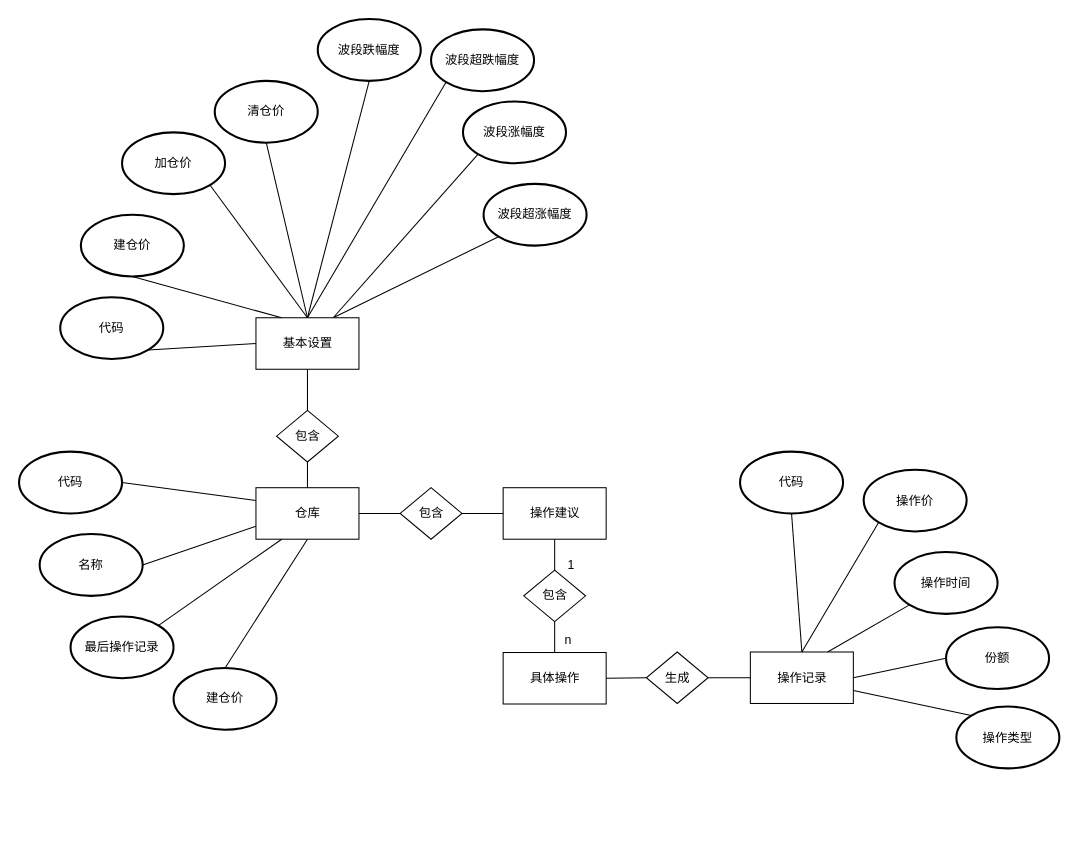
This is E-R图.drawio from ZengSir/drawio, a draw.io file, before an edit. Source tidied: cells renumbered, new cells numbered last; positions are measured from the earlier drawing's top-left corner, leaving out a move shared by most shapes. Both pictures are drawn from the tidied source at 103%, with x=0, y=0 at pixel (19, 19).
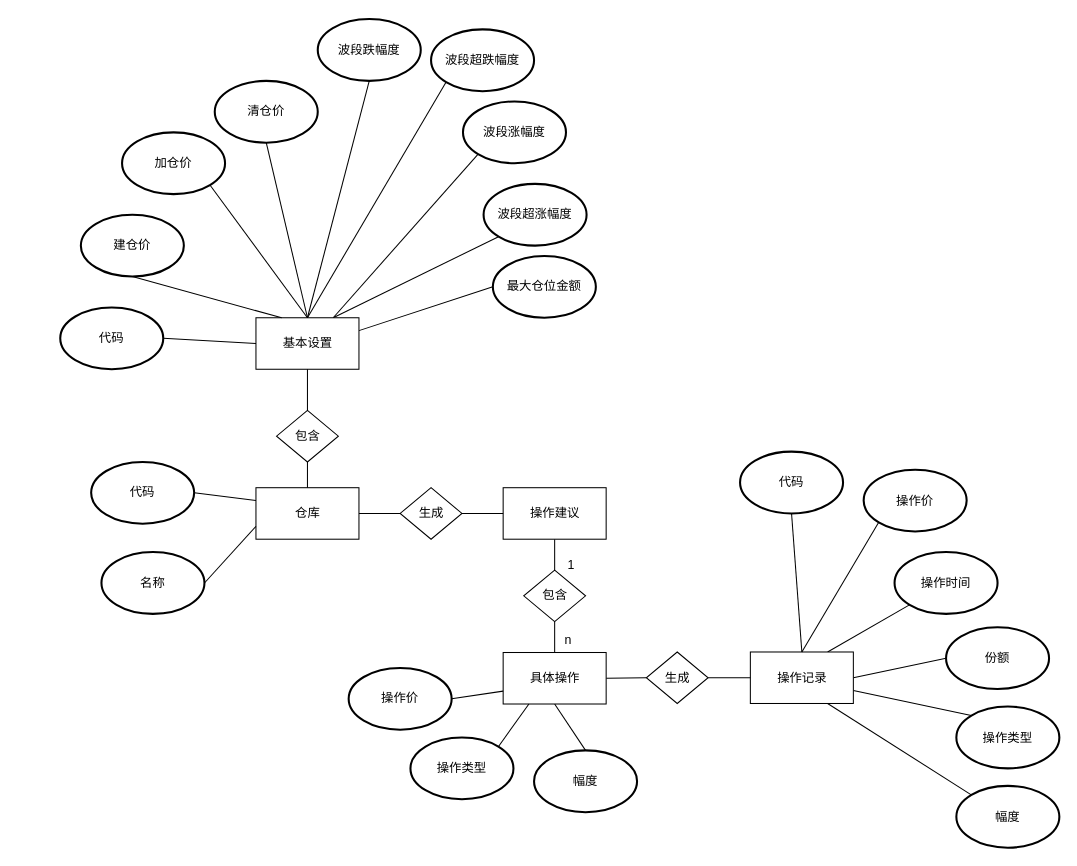
Above is the later version.

The change refers to these unchanged cells:
```xml
<mxCell id="3" value="仓库" style="html=1;dashed=0;whitespace=wrap;" parent="1" vertex="1">
  <mxGeometry x="230" y="455" width="100" height="50" as="geometry" />
</mxCell>
<mxCell id="7" value="操作记录" style="html=1;dashed=0;whitespace=wrap;" parent="1" vertex="1">
  <mxGeometry x="710" y="614.5" width="100" height="50" as="geometry" />
</mxCell>
<mxCell id="30" value="具体操作" style="html=1;dashed=0;whitespace=wrap;" parent="1" vertex="1">
  <mxGeometry x="470" y="615" width="100" height="50" as="geometry" />
</mxCell>
<mxCell id="37" value="基本设置" style="html=1;dashed=0;whitespace=wrap;" parent="1" vertex="1">
  <mxGeometry x="230" y="290" width="100" height="50" as="geometry" />
</mxCell>
```

What changed in the source:
```diff
@@
+    <mxCell id="55" style="edgeStyle=none;rounded=0;jettySize=auto;html=1;exitX=0.75;exitY=1;exitDx=0;exitDy=0;entryX=0.145;entryY=0.145;entryDx=0;entryDy=0;entryPerimeter=0;endArrow=none;endFill=0;" parent="1" edge="1" source="7" target="64">
+      <mxGeometry relative="1" as="geometry" />
+    </mxCell>
@@
-    <mxCell id="11" value="包含" style="shape=rhombus;html=1;dashed=0;whitespace=wrap;perimeter=rhombusPerimeter;" parent="1" vertex="1">
+    <mxCell id="11" value="生成" style="shape=rhombus;html=1;dashed=0;whitespace=wrap;perimeter=rhombusPerimeter;" parent="1" vertex="1">
       <mxGeometry x="370" y="455" width="60" height="50" as="geometry" />
     </mxCell>
@@
     <mxCell id="15" value="代码" style="strokeWidth=2;html=1;shape=mxgraph.flowchart.start_1;whiteSpace=wrap;" parent="1" vertex="1">
-      <mxGeometry y="420" width="100" height="60" as="geometry" />
+      <mxGeometry x="70" y="430" width="100" height="60" as="geometry" />
     </mxCell>
@@
     <mxCell id="17" value="名称" style="strokeWidth=2;html=1;shape=mxgraph.flowchart.start_1;whiteSpace=wrap;" parent="1" vertex="1">
-      <mxGeometry x="20" y="500" width="100" height="60" as="geometry" />
+      <mxGeometry x="80" y="517.5" width="100" height="60" as="geometry" />
     </mxCell>
-    <mxCell id="18" style="edgeStyle=none;rounded=0;jettySize=auto;html=1;exitX=0.855;exitY=0.145;exitDx=0;exitDy=0;exitPerimeter=0;entryX=0.25;entryY=1;entryDx=0;entryDy=0;endArrow=none;endFill=0;" parent="1" edge="1" source="19" target="3">
-      <mxGeometry relative="1" as="geometry" />
-    </mxCell>
-    <mxCell id="19" value="最后操作记录" style="strokeWidth=2;html=1;shape=mxgraph.flowchart.start_1;whiteSpace=wrap;" parent="1" vertex="1">
-      <mxGeometry x="50" y="580" width="100" height="60" as="geometry" />
-    </mxCell>
@@
-    <mxCell id="27" style="edgeStyle=none;rounded=0;jettySize=auto;html=1;exitX=0.5;exitY=0;exitDx=0;exitDy=0;exitPerimeter=0;entryX=0.5;entryY=1;entryDx=0;entryDy=0;endArrow=none;endFill=0;" parent="1" edge="1" source="28" target="3">
-      <mxGeometry relative="1" as="geometry" />
-    </mxCell>
-    <mxCell id="28" value="建仓价" style="strokeWidth=2;html=1;shape=mxgraph.flowchart.start_1;whiteSpace=wrap;" parent="1" vertex="1">
-      <mxGeometry x="150" y="630" width="100" height="60" as="geometry" />
-    </mxCell>
@@
+    <mxCell id="56" style="edgeStyle=none;rounded=0;jettySize=auto;html=1;exitX=0.5;exitY=1;exitDx=0;exitDy=0;entryX=0.5;entryY=0;entryDx=0;entryDy=0;entryPerimeter=0;endArrow=none;endFill=0;" parent="1" edge="1" source="30" target="63">
+      <mxGeometry relative="1" as="geometry" />
+    </mxCell>
@@
+    <mxCell id="57" style="edgeStyle=none;rounded=0;jettySize=auto;html=1;exitX=1;exitY=0.25;exitDx=0;exitDy=0;entryX=0;entryY=0.5;entryDx=0;entryDy=0;entryPerimeter=0;endArrow=none;endFill=0;" parent="1" edge="1" source="37" target="58">
+      <mxGeometry relative="1" as="geometry" />
+    </mxCell>
@@
-    <mxCell id="41" style="edgeStyle=none;rounded=0;jettySize=auto;html=1;exitX=0.855;exitY=0.855;exitDx=0;exitDy=0;exitPerimeter=0;entryX=0;entryY=0.5;entryDx=0;entryDy=0;endArrow=none;endFill=0;" parent="1" edge="1" source="42" target="37">
+    <mxCell id="41" style="edgeStyle=none;rounded=0;jettySize=auto;html=1;exitX=1;exitY=0.5;exitDx=0;exitDy=0;exitPerimeter=0;entryX=0;entryY=0.5;entryDx=0;entryDy=0;endArrow=none;endFill=0;" parent="1" edge="1" source="42" target="37">
       <mxGeometry relative="1" as="geometry" />
     </mxCell>
     <mxCell id="42" value="代码" style="strokeWidth=2;html=1;shape=mxgraph.flowchart.start_1;whiteSpace=wrap;" parent="1" vertex="1">
-      <mxGeometry x="40" y="270" width="100" height="60" as="geometry" />
+      <mxGeometry x="40" y="280" width="100" height="60" as="geometry" />
     </mxCell>
@@
+    <mxCell id="58" value="最大仓位金额" style="strokeWidth=2;html=1;shape=mxgraph.flowchart.start_1;whiteSpace=wrap;" parent="1" vertex="1">
+      <mxGeometry x="460" y="230" width="100" height="60" as="geometry" />
+    </mxCell>
+    <mxCell id="59" style="edgeStyle=none;rounded=0;jettySize=auto;html=1;exitX=1;exitY=0.5;exitDx=0;exitDy=0;exitPerimeter=0;entryX=0;entryY=0.75;entryDx=0;entryDy=0;endArrow=none;endFill=0;" parent="1" edge="1" source="60" target="30">
+      <mxGeometry relative="1" as="geometry" />
+    </mxCell>
+    <mxCell id="60" value="操作价" style="strokeWidth=2;html=1;shape=mxgraph.flowchart.start_1;whiteSpace=wrap;" parent="1" vertex="1">
+      <mxGeometry x="320" y="630" width="100" height="60" as="geometry" />
+    </mxCell>
+    <mxCell id="61" style="edgeStyle=none;rounded=0;jettySize=auto;html=1;exitX=0.855;exitY=0.145;exitDx=0;exitDy=0;exitPerimeter=0;entryX=0.25;entryY=1;entryDx=0;entryDy=0;endArrow=none;endFill=0;" parent="1" edge="1" source="62" target="30">
+      <mxGeometry relative="1" as="geometry" />
+    </mxCell>
+    <mxCell id="62" value="操作类型" style="strokeWidth=2;html=1;shape=mxgraph.flowchart.start_1;whiteSpace=wrap;" parent="1" vertex="1">
+      <mxGeometry x="380" y="697.5" width="100" height="60" as="geometry" />
+    </mxCell>
+    <mxCell id="63" value="幅度" style="strokeWidth=2;html=1;shape=mxgraph.flowchart.start_1;whiteSpace=wrap;" parent="1" vertex="1">
+      <mxGeometry x="500" y="710" width="100" height="60" as="geometry" />
+    </mxCell>
+    <mxCell id="64" value="幅度" style="strokeWidth=2;html=1;shape=mxgraph.flowchart.start_1;whiteSpace=wrap;" parent="1" vertex="1">
+      <mxGeometry x="910" y="744.5" width="100" height="60" as="geometry" />
+    </mxCell>
```
